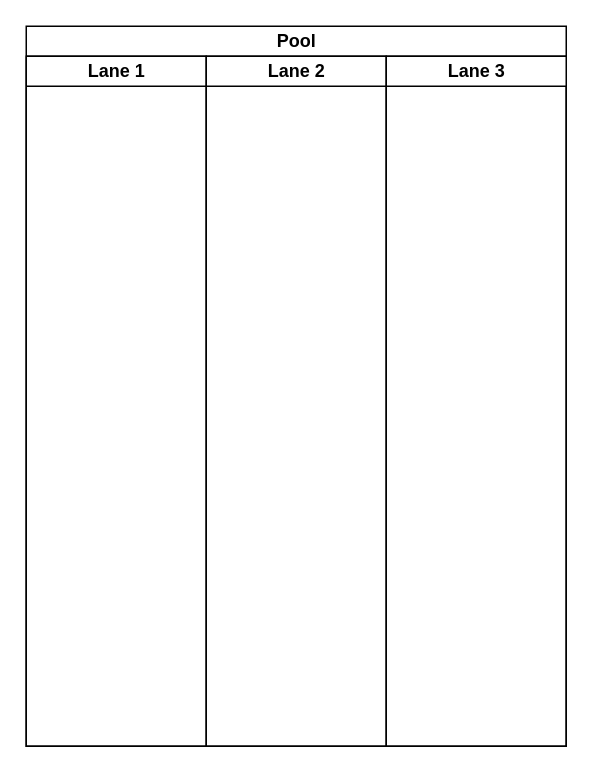
This is 供应商商品管理.drawio from jiangtao2048/diagrams, a draw.io file, before an edit. Source tidied: cells renumbered, new cells numbered last; positions are measured from the earlier drawing's top-left corner, leaving out a move shared by most shapes. Both pictures are drawn from the tidied source at 150%, with x=0, y=0 at pixel (26, 26).
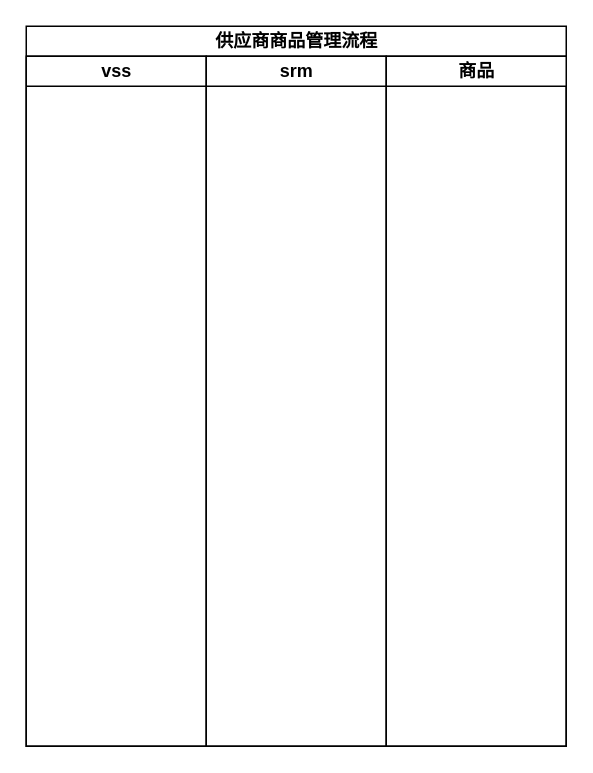
After the change.

Commit message (it also covers changes not shown here):
更新供应商商品管理.drawio

Diff of the diagram source:
```diff
@@
 <mxGraphModel>
   <root>
     <mxCell id="0" />
     <mxCell id="1" parent="0" />
-    <mxCell id="2" value="Pool" style="swimlane;startSize=20;html=1;" parent="1" vertex="1">
+    <mxCell id="2" value="供应商商品管理流程" style="swimlane;startSize=20;html=1;" parent="1" vertex="1">
       <mxGeometry width="360" height="480" as="geometry" />
     </mxCell>
-    <mxCell id="3" value="Lane 1" style="swimlane;startSize=20;html=1;" parent="2" vertex="1">
+    <mxCell id="3" value="vss" style="swimlane;startSize=20;html=1;" parent="2" vertex="1">
       <mxGeometry y="20" width="120" height="460" as="geometry" />
     </mxCell>
-    <mxCell id="4" value="Lane 2" style="swimlane;startSize=20;html=1;" parent="2" vertex="1">
+    <mxCell id="4" value="srm" style="swimlane;startSize=20;html=1;" parent="2" vertex="1">
       <mxGeometry x="120" y="20" width="120" height="460" as="geometry" />
     </mxCell>
-    <mxCell id="5" value="Lane 3" style="swimlane;startSize=20;html=1;" parent="2" vertex="1">
+    <mxCell id="5" value="商品" style="swimlane;startSize=20;html=1;" parent="2" vertex="1">
       <mxGeometry x="240" y="20" width="120" height="460" as="geometry" />
     </mxCell>
   </root>
 </mxGraphModel>
```
